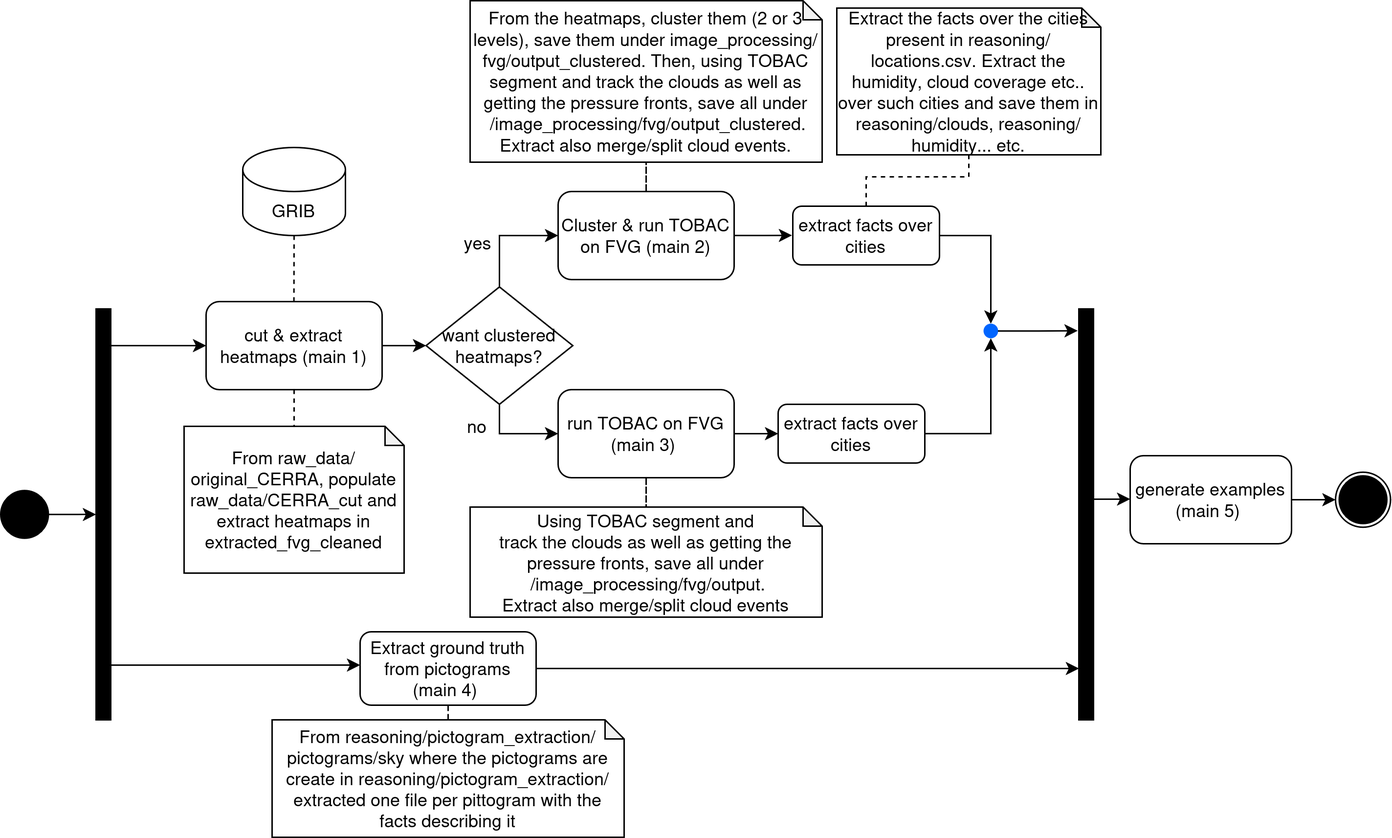
EnrSanti/ForecastExplanation keeps this draw.io diagram as pipeline.png. Above is the earlier version. Source tidied: cells renumbered, new cells last; positions are measured from the earlier drawing's top-left corner, leaving out a move shared by most shapes.
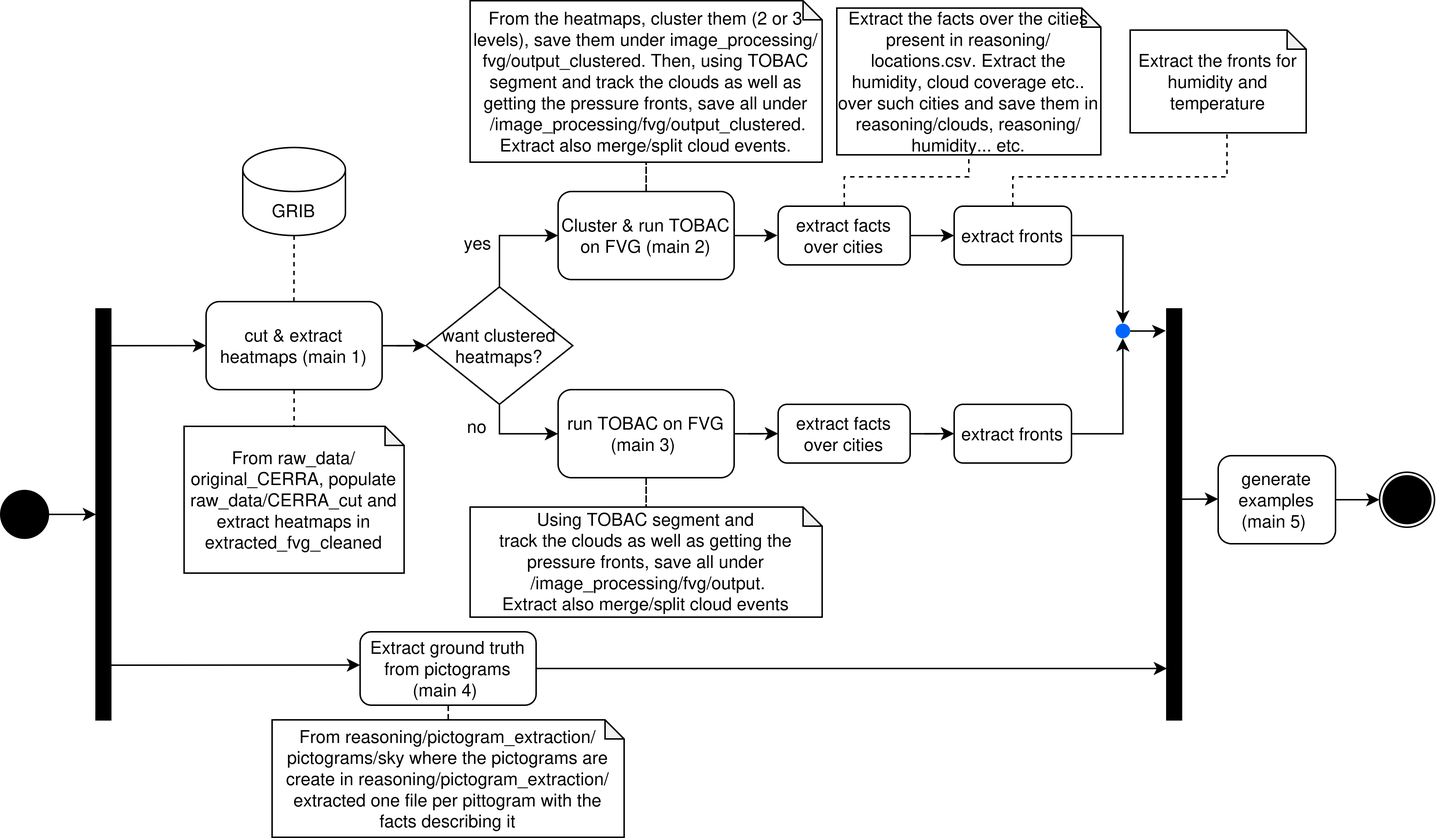
After the change.

Commit message:
fronts extraction (hum&temp)

Change to the diagram source:
```diff
@@ -88,7 +88,7 @@
       <mxGeometry y="345" width="280" height="10" as="geometry" />
     </mxCell>
     <mxCell id="23" style="rounded=0;whiteSpace=wrap;html=1;rotation=90;gradientColor=none;fillColor=light-dark(#000000,#FFFFFF);" parent="1" vertex="1">
-      <mxGeometry x="670" y="345" width="280" height="10" as="geometry" />
+      <mxGeometry x="730" y="345" width="280" height="10" as="geometry" />
     </mxCell>
     <mxCell id="24" value="From reasoning/pictogram_extraction/pictograms/sky where the pictograms are create in reasoning/pictogram_extraction/extracted one file per pittogram with the facts describing it" style="shape=note;whiteSpace=wrap;html=1;backgroundOutline=1;darkOpacity=0.05;size=13;" parent="1" vertex="1">
       <mxGeometry x="255" y="490" width="240" height="80" as="geometry" />
@@ -112,7 +112,7 @@
       <mxGeometry relative="1" as="geometry" />
     </mxCell>
     <mxCell id="31" value="generate examples (main 5)&amp;nbsp;" style="rounded=1;whiteSpace=wrap;html=1;" parent="1" vertex="1">
-      <mxGeometry x="840" y="310" width="110" height="60" as="geometry" />
+      <mxGeometry x="900" y="310" width="80" height="60" as="geometry" />
     </mxCell>
     <mxCell id="32" value="yes" style="text;html=1;whiteSpace=wrap;strokeColor=none;fillColor=none;align=center;verticalAlign=middle;rounded=0;" parent="1" vertex="1">
       <mxGeometry x="382.5" y="150" width="25" height="30" as="geometry" />
@@ -120,20 +120,25 @@
     <mxCell id="33" value="no" style="text;html=1;whiteSpace=wrap;strokeColor=none;fillColor=none;align=center;verticalAlign=middle;rounded=0;" parent="1" vertex="1">
       <mxGeometry x="380" y="275" width="30" height="30" as="geometry" />
     </mxCell>
-    <mxCell id="34" style="edgeStyle=orthogonalEdgeStyle;rounded=0;jettySize=auto;html=1;entryX=0.5;entryY=0;entryDx=0;entryDy=0;" parent="1" edge="1" source="35" target="41">
+    <mxCell id="34" style="edgeStyle=orthogonalEdgeStyle;rounded=0;jettySize=auto;html=1;entryX=0.5;entryY=0;entryDx=0;entryDy=0;" parent="1" edge="1" source="46" target="41">
       <mxGeometry relative="1" as="geometry" />
     </mxCell>
     <mxCell id="35" value="&lt;div&gt;extract facts over cities&lt;/div&gt;" style="rounded=1;whiteSpace=wrap;html=1;" parent="1" vertex="1">
-      <mxGeometry x="610" y="140" width="100" height="40" as="geometry" />
+      <mxGeometry x="600" y="140" width="90" height="40" as="geometry" />
     </mxCell>
     <mxCell id="36" value="Extract the facts over the cities present in reasoning/locations.csv. Extract the humidity, cloud coverage etc.. over such cities and save them in reasoning/clouds, reasoning/humidity... etc." style="shape=note;whiteSpace=wrap;html=1;backgroundOutline=1;darkOpacity=0.05;size=13;" parent="1" vertex="1">
       <mxGeometry x="640" y="5" width="180" height="100" as="geometry" />
     </mxCell>
     <mxCell id="37" style="edgeStyle=orthogonalEdgeStyle;rounded=0;jettySize=auto;html=1;entryX=0.5;entryY=1;entryDx=0;entryDy=0;entryPerimeter=0;endArrow=none;endFill=0;dashed=1;" parent="1" edge="1" source="35" target="36">
-      <mxGeometry relative="1" as="geometry" />
+      <mxGeometry relative="1" as="geometry">
+        <Array as="points">
+          <mxPoint x="645" y="120" />
+          <mxPoint x="730" y="120" />
+        </Array>
+      </mxGeometry>
     </mxCell>
     <mxCell id="38" style="group;" parent="1" vertex="1">
-      <mxGeometry x="980" y="321.2" width="37.5" height="37.5" as="geometry" />
+      <mxGeometry x="1010" y="321.2" width="37.5" height="37.5" as="geometry" />
     </mxCell>
     <mxCell id="39" style="ellipse;whiteSpace=wrap;html=1;strokeColor=light-dark(#000000,#FFFFFF);fillColor=light-dark(#000000,#FFFFFF);" parent="38" vertex="1">
       <mxGeometry x="2.5" y="2.5" width="32.5" height="32.5" as="geometry" />
@@ -142,16 +147,39 @@
       <mxGeometry width="37.5" height="37.5" as="geometry" />
     </mxCell>
     <mxCell id="41" style="shape=ellipse;fillColor=light-dark(#0065FF,#000000);strokeColor=none;html=1;sketch=0;" parent="1" vertex="1">
-      <mxGeometry x="740" y="220" width="10" height="10" as="geometry" />
+      <mxGeometry x="830" y="220" width="10" height="10" as="geometry" />
     </mxCell>
-    <mxCell id="42" style="edgeStyle=orthogonalEdgeStyle;rounded=0;jettySize=auto;html=1;entryX=0.5;entryY=1;entryDx=0;entryDy=0;" parent="1" edge="1" source="43" target="41">
+    <mxCell id="42" style="edgeStyle=orthogonalEdgeStyle;rounded=0;jettySize=auto;html=1;entryX=0;entryY=0.5;entryDx=0;entryDy=0;" parent="1" edge="1" source="43" target="48">
       <mxGeometry relative="1" as="geometry" />
     </mxCell>
     <mxCell id="43" value="&lt;div&gt;extract facts over cities&lt;/div&gt;" style="rounded=1;whiteSpace=wrap;html=1;" parent="1" vertex="1">
-      <mxGeometry x="600" y="275" width="100" height="40" as="geometry" />
+      <mxGeometry x="600" y="275" width="90" height="40" as="geometry" />
     </mxCell>
     <mxCell id="44" style="edgeStyle=orthogonalEdgeStyle;rounded=0;jettySize=auto;html=1;entryX=0.053;entryY=1.074;entryDx=0;entryDy=0;entryPerimeter=0;" parent="1" edge="1" source="41" target="23">
       <mxGeometry relative="1" as="geometry" />
     </mxCell>
+    <mxCell id="45" style="edgeStyle=orthogonalEdgeStyle;rounded=0;jettySize=auto;html=1;entryX=0;entryY=0.5;entryDx=0;entryDy=0;" parent="1" edge="1" source="35" target="46">
+      <mxGeometry relative="1" as="geometry" />
+    </mxCell>
+    <mxCell id="46" value="&lt;div&gt;extract fronts&lt;/div&gt;" style="rounded=1;whiteSpace=wrap;html=1;" parent="1" vertex="1">
+      <mxGeometry x="720" y="140" width="80" height="40" as="geometry" />
+    </mxCell>
+    <mxCell id="47" style="edgeStyle=orthogonalEdgeStyle;rounded=0;jettySize=auto;html=1;entryX=0.5;entryY=1;entryDx=0;entryDy=0;" parent="1" edge="1" source="48" target="41">
+      <mxGeometry relative="1" as="geometry" />
+    </mxCell>
+    <mxCell id="48" value="&lt;div&gt;extract fronts&lt;/div&gt;" style="rounded=1;whiteSpace=wrap;html=1;" parent="1" vertex="1">
+      <mxGeometry x="720" y="275" width="80" height="40" as="geometry" />
+    </mxCell>
+    <mxCell id="49" value="Extract the fronts for humidity and temperature" style="shape=note;whiteSpace=wrap;html=1;backgroundOutline=1;darkOpacity=0.05;size=13;" parent="1" vertex="1">
+      <mxGeometry x="840" y="20" width="120" height="70" as="geometry" />
+    </mxCell>
+    <mxCell id="50" style="edgeStyle=orthogonalEdgeStyle;rounded=0;jettySize=auto;html=1;entryX=0.5;entryY=1;entryDx=0;entryDy=0;entryPerimeter=0;dashed=1;endArrow=none;endFill=0;" parent="1" edge="1" source="46" target="49">
+      <mxGeometry relative="1" as="geometry">
+        <Array as="points">
+          <mxPoint x="760" y="120" />
+          <mxPoint x="906" y="120" />
+        </Array>
+      </mxGeometry>
+    </mxCell>
   </root>
 </mxGraphModel>
```
